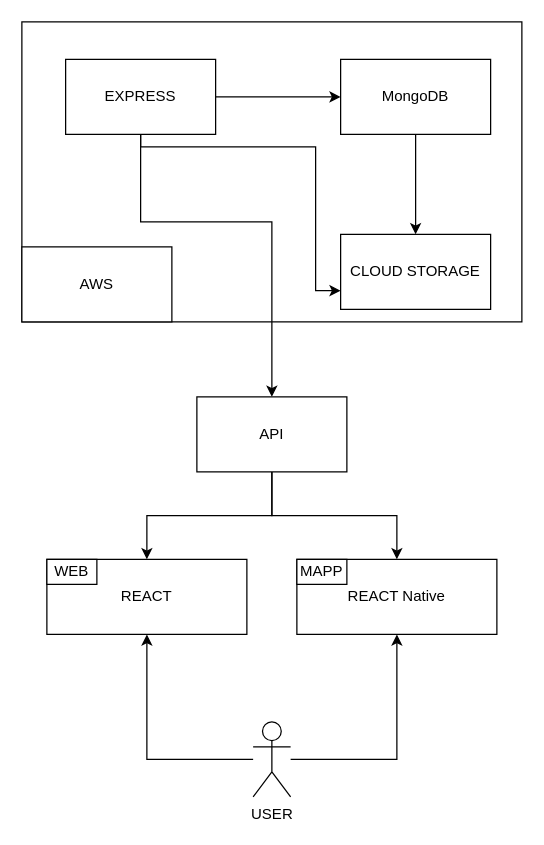
This is draw.io/Untitled Diagram.drawio from onlymachiavelli/draw.io, a draw.io file, before an edit. Source tidied: cells renumbered, new cells numbered last; positions are measured from the earlier drawing's top-left corner, leaving out a move shared by most shapes. Both pictures are drawn from the tidied source at 125%, with x=0, y=0 at pixel (21, 21).
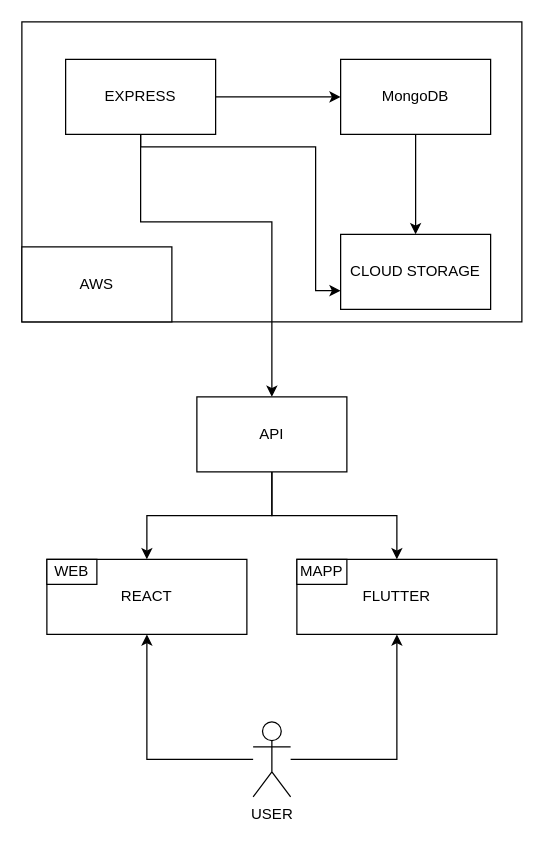
The same page after the edit.

The edit, as a diff of the source:
```diff
@@
-    <mxCell id="11" value="REACT Native" style="rounded=0;whiteSpace=wrap;html=1;" parent="1" vertex="1">
+    <mxCell id="11" value="FLUTTER" style="rounded=0;whiteSpace=wrap;html=1;" parent="1" vertex="1">
       <mxGeometry x="220" y="430" width="160" height="60" as="geometry" />
     </mxCell>
```
